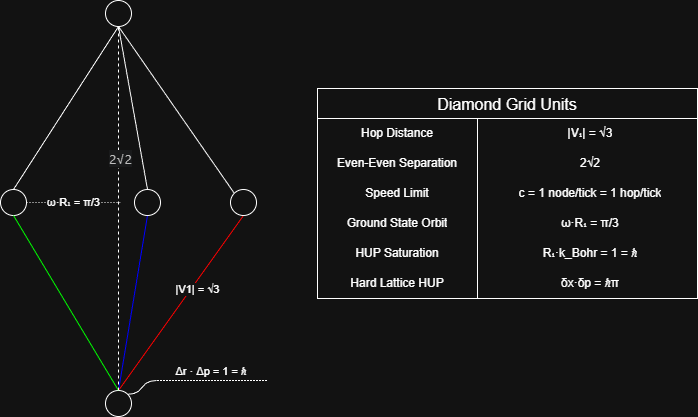
Above: figures/Diamond_Grid_Units_drawio.png in JackDMenendez/discrete-causal-lattice (draw.io), before the change. Source tidied: cells renumbered, new cells last; positions are measured from the earlier drawing's top-left corner, leaving out a move shared by most shapes.
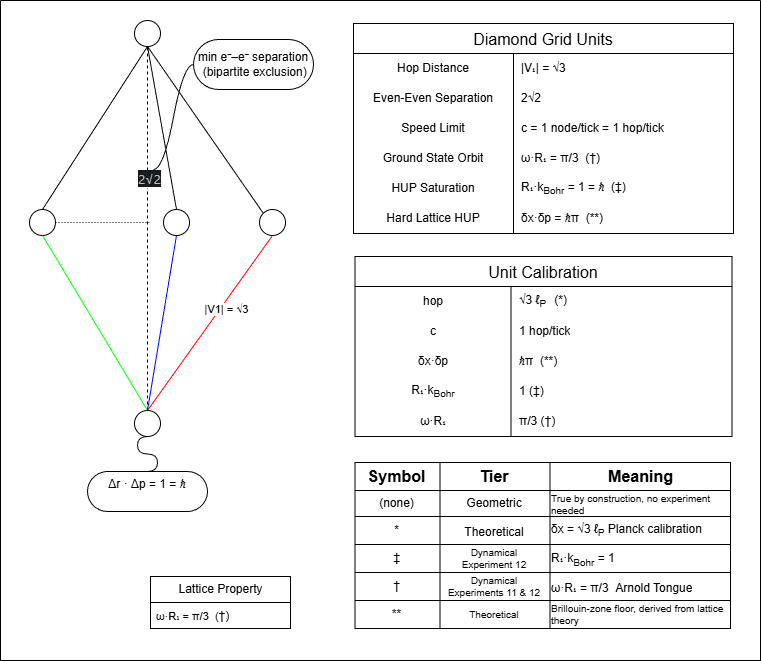
Above is the later version.

Diff of the diagram source:
```diff
@@ -38,19 +38,13 @@
     <mxCell id="13" value="&lt;span style=&quot;color: rgb(191, 191, 191); font-family: -apple-system, BlinkMacSystemFont, &amp;quot;Segoe UI&amp;quot;, Roboto, sans-serif; font-size: 13px; text-align: start; text-wrap-mode: wrap; background-color: rgb(25, 26, 27);&quot;&gt;2√2&lt;/span&gt;" style="endArrow=none;html=1;rounded=0;exitX=0.5;exitY=0;exitDx=0;exitDy=0;dashed=1;startSize=6;endSize=6;align=center;" parent="1" edge="1" source="10" target="9">
       <mxGeometry x="0.27" y="-2" relative="1" as="geometry" />
     </mxCell>
-    <mxCell id="14" value="&lt;span style=&quot;font-size: 11px; text-wrap-mode: nowrap; background-color: rgb(18, 18, 18);&quot;&gt;Δr · Δp = 1 = ℏ&lt;/span&gt;" style="whiteSpace=wrap;html=1;shape=partialRectangle;top=0;left=0;bottom=1;right=0;points=[[0,1],[1,1]];fillColor=none;align=center;verticalAlign=bottom;routingCenterY=0.5;snapToPoint=1;newEdgeStyle={&quot;edgeStyle&quot;:&quot;entityRelationEdgeStyle&quot;,&quot;startArrow&quot;:&quot;none&quot;,&quot;endArrow&quot;:&quot;none&quot;,&quot;segment&quot;:10,&quot;curved&quot;:1,&quot;sourcePerimeterSpacing&quot;:0,&quot;targetPerimeterSpacing&quot;:0};dashed=1;dashPattern=1 2;" parent="1" vertex="1">
-      <mxGeometry x="156" y="350" width="110" height="30" as="geometry" />
-    </mxCell>
-    <mxCell id="15" style="edgeStyle=entityRelationEdgeStyle;startArrow=none;endArrow=none;segment=10;curved=1;sourcePerimeterSpacing=0;targetPerimeterSpacing=0;rounded=0;exitX=1;exitY=0;exitDx=0;exitDy=0;" parent="1" edge="1" source="10" target="14">
-      <mxGeometry relative="1" as="geometry" />
-    </mxCell>
-    <mxCell id="16" value="ω·R₁ = π/3" style="endArrow=none;html=1;rounded=0;exitX=1;exitY=0.5;exitDx=0;exitDy=0;dashed=1;dashPattern=1 2;" parent="1" edge="1" source="2">
+    <mxCell id="16" style="endArrow=none;html=1;rounded=0;exitX=1;exitY=0.5;exitDx=0;exitDy=0;dashed=1;dashPattern=1 2;" parent="1" edge="1" source="2">
       <mxGeometry relative="1" as="geometry">
         <mxPoint x="120" y="202" as="targetPoint" />
       </mxGeometry>
     </mxCell>
     <mxCell id="17" value="Diamond Grid Units" style="shape=table;startSize=30;rowLines=0;fontStyle=0;strokeColor=default;fontSize=16;" parent="1" vertex="1">
-      <mxGeometry x="317" y="88" width="380" height="210" as="geometry" />
+      <mxGeometry x="324" y="3" width="380" height="210" as="geometry" />
     </mxCell>
     <mxCell id="18" style="shape=tableRow;horizontal=0;startSize=0;swimlaneHead=0;swimlaneBody=0;top=0;left=0;bottom=0;right=0;fillColor=none;strokeColor=inherit;fontSize=16;" parent="17" vertex="1">
       <mxGeometry y="30" width="380" height="30" as="geometry" />
@@ -58,7 +52,7 @@
     <mxCell id="19" value="Hop Distance" style="shape=partialRectangle;html=1;whiteSpace=wrap;fillColor=none;top=0;left=0;bottom=0;right=0;overflow=hidden;strokeColor=inherit;fontSize=12;align=center;" parent="18" vertex="1">
       <mxGeometry width="160" height="30" as="geometry" />
     </mxCell>
-    <mxCell id="20" value="|V₁| = √3" style="shape=partialRectangle;html=1;whiteSpace=wrap;fillColor=none;top=0;left=0;bottom=0;right=0;align=center;spacingLeft=6;overflow=hidden;strokeColor=inherit;fontSize=12;" parent="18" vertex="1">
+    <mxCell id="20" value="|V₁| = √3" style="shape=partialRectangle;html=1;whiteSpace=wrap;fillColor=none;top=0;left=0;bottom=0;right=0;align=left;spacingLeft=6;overflow=hidden;strokeColor=inherit;fontSize=12;" parent="18" vertex="1">
       <mxGeometry x="160" width="220" height="30" as="geometry" />
     </mxCell>
     <mxCell id="21" style="shape=tableRow;horizontal=0;startSize=0;swimlaneHead=0;swimlaneBody=0;top=0;left=0;bottom=0;right=0;fillColor=none;strokeColor=inherit;fontSize=16;" parent="17" vertex="1">
@@ -67,7 +61,7 @@
     <mxCell id="22" value="Even-Even Separation" style="shape=partialRectangle;html=1;whiteSpace=wrap;fillColor=none;top=0;left=0;bottom=0;right=0;overflow=hidden;strokeColor=inherit;fontSize=12;align=center;" parent="21" vertex="1">
       <mxGeometry width="160" height="30" as="geometry" />
     </mxCell>
-    <mxCell id="23" value="2√2" style="shape=partialRectangle;html=1;whiteSpace=wrap;fillColor=none;top=0;left=0;bottom=0;right=0;align=center;spacingLeft=6;overflow=hidden;strokeColor=inherit;" parent="21" vertex="1">
+    <mxCell id="23" value="2√2" style="shape=partialRectangle;html=1;whiteSpace=wrap;fillColor=none;top=0;left=0;bottom=0;right=0;align=left;spacingLeft=6;overflow=hidden;strokeColor=inherit;" parent="21" vertex="1">
       <mxGeometry x="160" width="220" height="30" as="geometry" />
     </mxCell>
     <mxCell id="24" style="shape=tableRow;horizontal=0;startSize=0;swimlaneHead=0;swimlaneBody=0;top=0;left=0;bottom=0;right=0;fillColor=none;strokeColor=inherit;fontSize=16;" parent="17" vertex="1">
@@ -76,7 +70,7 @@
     <mxCell id="25" value="Speed Limit" style="shape=partialRectangle;html=1;whiteSpace=wrap;fillColor=none;top=0;left=0;bottom=0;right=0;overflow=hidden;strokeColor=inherit;fontSize=12;align=center;" parent="24" vertex="1">
       <mxGeometry width="160" height="30" as="geometry" />
     </mxCell>
-    <mxCell id="26" value="c = 1 node/tick = 1 hop/tick" style="shape=partialRectangle;html=1;whiteSpace=wrap;fillColor=none;top=0;left=0;bottom=0;right=0;align=center;spacingLeft=6;overflow=hidden;strokeColor=inherit;" parent="24" vertex="1">
+    <mxCell id="26" value="c = 1 node/tick = 1 hop/tick" style="shape=partialRectangle;html=1;whiteSpace=wrap;fillColor=none;top=0;left=0;bottom=0;right=0;align=left;spacingLeft=6;overflow=hidden;strokeColor=inherit;" parent="24" vertex="1">
       <mxGeometry x="160" width="220" height="30" as="geometry" />
     </mxCell>
     <mxCell id="27" style="shape=tableRow;horizontal=0;startSize=0;swimlaneHead=0;swimlaneBody=0;top=0;left=0;bottom=0;right=0;fillColor=none;strokeColor=inherit;fontSize=16;" parent="17" vertex="1">
@@ -85,7 +79,7 @@
     <mxCell id="28" value="Ground State Orbit" style="shape=partialRectangle;html=1;whiteSpace=wrap;fillColor=none;top=0;left=0;bottom=0;right=0;overflow=hidden;strokeColor=inherit;fontSize=12;align=center;" parent="27" vertex="1">
       <mxGeometry width="160" height="30" as="geometry" />
     </mxCell>
-    <mxCell id="29" value="ω·R₁ = π/3" style="shape=partialRectangle;html=1;whiteSpace=wrap;fillColor=none;top=0;left=0;bottom=0;right=0;align=center;spacingLeft=6;overflow=hidden;strokeColor=inherit;" parent="27" vertex="1">
+    <mxCell id="29" value="ω·R₁ = π/3&amp;nbsp; (&lt;span style=&quot;background-color: transparent;&quot;&gt;†)&lt;/span&gt;" style="shape=partialRectangle;html=1;whiteSpace=wrap;fillColor=none;top=0;left=0;bottom=0;right=0;align=left;spacingLeft=6;overflow=hidden;strokeColor=inherit;" parent="27" vertex="1">
       <mxGeometry x="160" width="220" height="30" as="geometry" />
     </mxCell>
     <mxCell id="30" style="shape=tableRow;horizontal=0;startSize=0;swimlaneHead=0;swimlaneBody=0;top=0;left=0;bottom=0;right=0;fillColor=none;strokeColor=inherit;fontSize=16;" parent="17" vertex="1">
@@ -94,7 +88,7 @@
     <mxCell id="31" value="HUP Saturation" style="shape=partialRectangle;html=1;whiteSpace=wrap;fillColor=none;top=0;left=0;bottom=0;right=0;overflow=hidden;strokeColor=inherit;fontSize=12;align=center;" parent="30" vertex="1">
       <mxGeometry width="160" height="30" as="geometry" />
     </mxCell>
-    <mxCell id="32" value="R₁·k_Bohr = 1 = ℏ" style="shape=partialRectangle;html=1;whiteSpace=wrap;fillColor=none;top=0;left=0;bottom=0;right=0;align=center;spacingLeft=6;overflow=hidden;strokeColor=inherit;" parent="30" vertex="1">
+    <mxCell id="32" value="R₁·k&lt;sub&gt;Bohr&lt;/sub&gt; = 1 = ℏ&amp;nbsp; (‡)" style="shape=partialRectangle;html=1;whiteSpace=wrap;fillColor=none;top=0;left=0;bottom=0;right=0;align=left;spacingLeft=6;overflow=hidden;strokeColor=inherit;" parent="30" vertex="1">
       <mxGeometry x="160" width="220" height="30" as="geometry" />
     </mxCell>
     <mxCell id="33" style="shape=tableRow;horizontal=0;startSize=0;swimlaneHead=0;swimlaneBody=0;top=0;left=0;bottom=0;right=0;fillColor=none;strokeColor=inherit;fontSize=16;" parent="17" vertex="1">
@@ -103,8 +97,154 @@
     <mxCell id="34" value="Hard Lattice HUP" style="shape=partialRectangle;html=1;whiteSpace=wrap;fillColor=none;top=0;left=0;bottom=0;right=0;overflow=hidden;strokeColor=inherit;fontSize=12;align=center;" parent="33" vertex="1">
       <mxGeometry width="160" height="30" as="geometry" />
     </mxCell>
-    <mxCell id="35" value="δx·δp = ℏπ" style="shape=partialRectangle;html=1;whiteSpace=wrap;fillColor=none;top=0;left=0;bottom=0;right=0;align=center;spacingLeft=6;overflow=hidden;strokeColor=inherit;" parent="33" vertex="1">
+    <mxCell id="35" value="δx·δp = ℏπ&amp;nbsp; (&lt;span style=&quot;text-align: center;&quot;&gt;**)&lt;/span&gt;" style="shape=partialRectangle;html=1;whiteSpace=wrap;fillColor=none;top=0;left=0;bottom=0;right=0;align=left;spacingLeft=6;overflow=hidden;strokeColor=inherit;" parent="33" vertex="1">
       <mxGeometry x="160" width="220" height="30" as="geometry" />
     </mxCell>
+    <mxCell id="14" value="Δr · Δp = 1 = ℏ&lt;div&gt;&lt;br&gt;&lt;/div&gt;" style="whiteSpace=wrap;html=1;rounded=1;arcSize=50;align=center;verticalAlign=middle;strokeWidth=1;spacing=4;newEdgeStyle={&quot;edgeStyle&quot;:&quot;entityRelationEdgeStyle&quot;,&quot;startArrow&quot;:&quot;none&quot;,&quot;endArrow&quot;:&quot;none&quot;,&quot;segment&quot;:10,&quot;curved&quot;:1,&quot;sourcePerimeterSpacing&quot;:0,&quot;targetPerimeterSpacing&quot;:0};direction=west;" parent="1" vertex="1">
+      <mxGeometry x="58" y="451" width="120" height="40" as="geometry" />
+    </mxCell>
+    <mxCell id="15" style="edgeStyle=entityRelationEdgeStyle;startArrow=none;endArrow=none;segment=10;curved=1;sourcePerimeterSpacing=0;targetPerimeterSpacing=0;rounded=0;entryX=0.5;entryY=1;entryDx=0;entryDy=0;exitX=0.5;exitY=1;exitDx=0;exitDy=0;" parent="1" edge="1" source="10" target="14">
+      <mxGeometry relative="1" as="geometry" />
+    </mxCell>
+    <mxCell id="36" value="min e⁻–e⁻ separation&lt;div&gt;&amp;nbsp;(bipartite exclusion)&lt;/div&gt;" style="whiteSpace=wrap;html=1;rounded=1;arcSize=50;align=center;verticalAlign=middle;strokeWidth=1;spacing=4;newEdgeStyle={&quot;edgeStyle&quot;:&quot;entityRelationEdgeStyle&quot;,&quot;startArrow&quot;:&quot;none&quot;,&quot;endArrow&quot;:&quot;none&quot;,&quot;segment&quot;:10,&quot;curved&quot;:1,&quot;sourcePerimeterSpacing&quot;:0,&quot;targetPerimeterSpacing&quot;:0};" parent="1" vertex="1">
+      <mxGeometry x="164" y="19" width="120" height="50" as="geometry" />
+    </mxCell>
+    <mxCell id="37" style="edgeStyle=entityRelationEdgeStyle;startArrow=none;endArrow=none;segment=10;curved=1;sourcePerimeterSpacing=0;targetPerimeterSpacing=0;rounded=0;" parent="1" edge="1" target="36">
+      <mxGeometry relative="1" as="geometry">
+        <mxPoint x="124" y="149" as="sourcePoint" />
+      </mxGeometry>
+    </mxCell>
+    <mxCell id="38" value="Unit Calibration" style="shape=table;startSize=30;rowLines=0;fontStyle=0;strokeColor=default;fontSize=16;" parent="1" vertex="1">
+      <mxGeometry x="325.5" y="236" width="377" height="180" as="geometry" />
+    </mxCell>
+    <mxCell id="39" style="shape=tableRow;horizontal=0;startSize=0;swimlaneHead=0;swimlaneBody=0;top=0;left=0;bottom=0;right=0;fillColor=none;strokeColor=inherit;fontSize=16;" parent="38" vertex="1">
+      <mxGeometry y="30" width="377" height="30" as="geometry" />
+    </mxCell>
+    <mxCell id="40" value="hop" style="shape=partialRectangle;html=1;whiteSpace=wrap;fillColor=none;top=0;left=0;bottom=0;right=0;overflow=hidden;strokeColor=inherit;fontSize=12;" parent="39" vertex="1">
+      <mxGeometry width="156" height="30" as="geometry" />
+    </mxCell>
+    <mxCell id="41" value="√3 ℓ&lt;sub&gt;P&amp;nbsp; &amp;nbsp;&lt;/sub&gt;&lt;span style=&quot;text-align: center;&quot;&gt;(*)&lt;/span&gt;" style="shape=partialRectangle;html=1;whiteSpace=wrap;fillColor=none;top=0;left=0;bottom=0;right=0;align=left;spacingLeft=6;overflow=hidden;strokeColor=inherit;" parent="39" vertex="1">
+      <mxGeometry x="156" width="221" height="30" as="geometry" />
+    </mxCell>
+    <mxCell id="42" style="shape=tableRow;horizontal=0;startSize=0;swimlaneHead=0;swimlaneBody=0;top=0;left=0;bottom=0;right=0;fillColor=none;strokeColor=inherit;fontSize=16;" parent="38" vertex="1">
+      <mxGeometry y="60" width="377" height="30" as="geometry" />
+    </mxCell>
+    <mxCell id="43" value="c" style="shape=partialRectangle;html=1;whiteSpace=wrap;fillColor=none;top=0;left=0;bottom=0;right=0;overflow=hidden;strokeColor=inherit;fontSize=12;" parent="42" vertex="1">
+      <mxGeometry width="156" height="30" as="geometry" />
+    </mxCell>
+    <mxCell id="44" value="1 hop/tick" style="shape=partialRectangle;html=1;whiteSpace=wrap;fillColor=none;top=0;left=0;bottom=0;right=0;align=left;spacingLeft=6;overflow=hidden;strokeColor=inherit;fontSize=12;" parent="42" vertex="1">
+      <mxGeometry x="156" width="221" height="30" as="geometry" />
+    </mxCell>
+    <mxCell id="45" style="shape=tableRow;horizontal=0;startSize=0;swimlaneHead=0;swimlaneBody=0;top=0;left=0;bottom=0;right=0;fillColor=none;strokeColor=inherit;fontSize=16;" parent="38" vertex="1">
+      <mxGeometry y="90" width="377" height="30" as="geometry" />
+    </mxCell>
+    <mxCell id="46" value="δx·δp" style="shape=partialRectangle;html=1;whiteSpace=wrap;fillColor=none;top=0;left=0;bottom=0;right=0;overflow=hidden;strokeColor=inherit;" parent="45" vertex="1">
+      <mxGeometry width="156" height="30" as="geometry" />
+    </mxCell>
+    <mxCell id="47" value="ℏπ&amp;nbsp; (**)" style="shape=partialRectangle;html=1;whiteSpace=wrap;fillColor=none;top=0;left=0;bottom=0;right=0;align=left;spacingLeft=6;overflow=hidden;strokeColor=inherit;" parent="45" vertex="1">
+      <mxGeometry x="156" width="221" height="30" as="geometry" />
+    </mxCell>
+    <mxCell id="48" style="shape=tableRow;horizontal=0;startSize=0;swimlaneHead=0;swimlaneBody=0;top=0;left=0;bottom=0;right=0;fillColor=none;strokeColor=inherit;fontSize=16;" parent="38" vertex="1">
+      <mxGeometry y="120" width="377" height="30" as="geometry" />
+    </mxCell>
+    <mxCell id="49" value="R₁·k&lt;sub&gt;Bohr&lt;/sub&gt;" style="shape=partialRectangle;html=1;whiteSpace=wrap;fillColor=none;top=0;left=0;bottom=0;right=0;overflow=hidden;strokeColor=inherit;" parent="48" vertex="1">
+      <mxGeometry width="156" height="30" as="geometry" />
+    </mxCell>
+    <mxCell id="50" value="1 (‡)" style="shape=partialRectangle;html=1;whiteSpace=wrap;fillColor=none;top=0;left=0;bottom=0;right=0;align=left;spacingLeft=6;overflow=hidden;strokeColor=inherit;" parent="48" vertex="1">
+      <mxGeometry x="156" width="221" height="30" as="geometry" />
+    </mxCell>
+    <mxCell id="51" style="shape=tableRow;horizontal=0;startSize=0;swimlaneHead=0;swimlaneBody=0;top=0;left=0;bottom=0;right=0;fillColor=none;strokeColor=inherit;fontSize=16;" parent="38" vertex="1">
+      <mxGeometry y="150" width="377" height="30" as="geometry" />
+    </mxCell>
+    <mxCell id="52" value="ω·R₁" style="shape=partialRectangle;html=1;whiteSpace=wrap;fillColor=none;top=0;left=0;bottom=0;right=0;overflow=hidden;strokeColor=inherit;" parent="51" vertex="1">
+      <mxGeometry width="156" height="30" as="geometry" />
+    </mxCell>
+    <mxCell id="53" value="π/3 (†)" style="shape=partialRectangle;html=1;whiteSpace=wrap;fillColor=none;top=0;left=0;bottom=0;right=0;align=left;spacingLeft=6;overflow=hidden;strokeColor=inherit;" parent="51" vertex="1">
+      <mxGeometry x="156" width="221" height="30" as="geometry" />
+    </mxCell>
+    <mxCell id="54" style="shape=table;startSize=0;fontSize=16;" parent="1" vertex="1">
+      <mxGeometry x="325.5" y="442" width="375.5" height="166" as="geometry" />
+    </mxCell>
+    <mxCell id="55" style="shape=tableRow;horizontal=0;startSize=0;swimlaneHead=0;swimlaneBody=0;strokeColor=inherit;top=0;left=0;bottom=0;right=0;fillColor=none;fontSize=16;" parent="54" vertex="1">
+      <mxGeometry width="375.5" height="28" as="geometry" />
+    </mxCell>
+    <mxCell id="56" value="Symbol" style="shape=partialRectangle;html=1;whiteSpace=wrap;strokeColor=inherit;overflow=hidden;fillColor=none;top=0;left=0;bottom=0;right=0;fontSize=16;fontStyle=1;" parent="55" vertex="1">
+      <mxGeometry width="85" height="28" as="geometry" />
+    </mxCell>
+    <mxCell id="57" value="Tier" style="shape=partialRectangle;html=1;whiteSpace=wrap;strokeColor=inherit;overflow=hidden;fillColor=none;top=0;left=0;bottom=0;right=0;fontSize=16;fontStyle=1;" parent="55" vertex="1">
+      <mxGeometry x="85" width="110" height="28" as="geometry" />
+    </mxCell>
+    <mxCell id="58" value="Meaning" style="shape=partialRectangle;html=1;whiteSpace=wrap;strokeColor=inherit;overflow=hidden;fillColor=none;top=0;left=0;bottom=0;right=0;fontSize=16;fontStyle=1;" parent="55" vertex="1">
+      <mxGeometry x="195" width="181" height="28" as="geometry" />
+    </mxCell>
+    <mxCell id="59" style="shape=tableRow;horizontal=0;startSize=0;swimlaneHead=0;swimlaneBody=0;strokeColor=inherit;top=0;left=0;bottom=0;right=0;fillColor=none;fontSize=16;" parent="54" vertex="1">
+      <mxGeometry y="28" width="375.5" height="26" as="geometry" />
+    </mxCell>
+    <mxCell id="60" value="(none)" style="shape=partialRectangle;html=1;whiteSpace=wrap;strokeColor=inherit;overflow=hidden;fillColor=none;top=0;left=0;bottom=0;right=0;fontSize=12;" parent="59" vertex="1">
+      <mxGeometry width="85" height="26" as="geometry" />
+    </mxCell>
+    <mxCell id="61" value="Geometric" style="shape=partialRectangle;html=1;whiteSpace=wrap;strokeColor=inherit;overflow=hidden;fillColor=none;top=0;left=0;bottom=0;right=0;fontSize=12;" parent="59" vertex="1">
+      <mxGeometry x="85" width="110" height="26" as="geometry" />
+    </mxCell>
+    <mxCell id="62" value="True by construction, no experiment&lt;div&gt;needed&lt;/div&gt;" style="shape=partialRectangle;html=1;whiteSpace=wrap;strokeColor=inherit;overflow=hidden;fillColor=none;top=0;left=0;bottom=0;right=0;fontSize=10;align=left;" parent="59" vertex="1">
+      <mxGeometry x="195" width="181" height="26" as="geometry" />
+    </mxCell>
+    <mxCell id="63" style="shape=tableRow;horizontal=0;startSize=0;swimlaneHead=0;swimlaneBody=0;strokeColor=inherit;top=0;left=0;bottom=0;right=0;fillColor=none;fontSize=16;" parent="54" vertex="1">
+      <mxGeometry y="54" width="375.5" height="28" as="geometry" />
+    </mxCell>
+    <mxCell id="64" value="*" style="shape=partialRectangle;html=1;whiteSpace=wrap;strokeColor=inherit;overflow=hidden;fillColor=none;top=0;left=0;bottom=0;right=0;" parent="63" vertex="1">
+      <mxGeometry width="85" height="28" as="geometry" />
+    </mxCell>
+    <mxCell id="65" value="&lt;font style=&quot;font-size: 12px;&quot;&gt;Theoretical&lt;/font&gt;" style="shape=partialRectangle;html=1;whiteSpace=wrap;strokeColor=inherit;overflow=hidden;fillColor=none;top=0;left=0;bottom=0;right=0;fontSize=16;" parent="63" vertex="1">
+      <mxGeometry x="85" width="110" height="28" as="geometry" />
+    </mxCell>
+    <mxCell id="66" value="δx = √3 ℓ&lt;sub&gt;P&lt;/sub&gt; Planck calibration" style="shape=partialRectangle;html=1;whiteSpace=wrap;strokeColor=inherit;overflow=hidden;fillColor=none;top=0;left=0;bottom=0;right=0;align=left;" parent="63" vertex="1">
+      <mxGeometry x="195" width="181" height="28" as="geometry" />
+    </mxCell>
+    <mxCell id="67" style="shape=tableRow;horizontal=0;startSize=0;swimlaneHead=0;swimlaneBody=0;strokeColor=inherit;top=0;left=0;bottom=0;right=0;fillColor=none;fontSize=16;" parent="54" vertex="1">
+      <mxGeometry y="82" width="375.5" height="28" as="geometry" />
+    </mxCell>
+    <mxCell id="68" value="‡" style="shape=partialRectangle;html=1;whiteSpace=wrap;strokeColor=inherit;overflow=hidden;fillColor=none;top=0;left=0;bottom=0;right=0;" parent="67" vertex="1">
+      <mxGeometry width="85" height="28" as="geometry" />
+    </mxCell>
+    <mxCell id="69" value="Dynamical&lt;div&gt;Experiment 12&lt;/div&gt;" style="shape=partialRectangle;html=1;whiteSpace=wrap;strokeColor=inherit;overflow=hidden;fillColor=none;top=0;left=0;bottom=0;right=0;fontSize=10;" parent="67" vertex="1">
+      <mxGeometry x="85" width="110" height="28" as="geometry" />
+    </mxCell>
+    <mxCell id="70" value="&lt;span style=&quot;font-size: 12px;&quot;&gt;R₁·k&lt;/span&gt;&lt;sub style=&quot;&quot;&gt;&lt;font style=&quot;font-size: 10px;&quot;&gt;Bohr&lt;/font&gt;&lt;/sub&gt;&lt;span style=&quot;font-size: 12px;&quot;&gt;&amp;nbsp;= 1&lt;/span&gt;" style="shape=partialRectangle;html=1;whiteSpace=wrap;strokeColor=inherit;overflow=hidden;fillColor=none;top=0;left=0;bottom=0;right=0;fontSize=16;align=left;" parent="67" vertex="1">
+      <mxGeometry x="195" width="181" height="28" as="geometry" />
+    </mxCell>
+    <mxCell id="71" style="shape=tableRow;horizontal=0;startSize=0;swimlaneHead=0;swimlaneBody=0;strokeColor=inherit;top=0;left=0;bottom=0;right=0;fillColor=none;fontSize=16;" parent="54" vertex="1">
+      <mxGeometry y="110" width="375.5" height="28" as="geometry" />
+    </mxCell>
+    <mxCell id="72" value="†" style="shape=partialRectangle;html=1;whiteSpace=wrap;strokeColor=inherit;overflow=hidden;fillColor=none;top=0;left=0;bottom=0;right=0;" parent="71" vertex="1">
+      <mxGeometry width="85" height="28" as="geometry" />
+    </mxCell>
+    <mxCell id="73" value="Dynamical&lt;div&gt;Experiments 11 &amp;amp; 12&lt;/div&gt;" style="shape=partialRectangle;html=1;whiteSpace=wrap;strokeColor=inherit;overflow=hidden;fillColor=none;top=0;left=0;bottom=0;right=0;fontSize=10;" parent="71" vertex="1">
+      <mxGeometry x="85" width="110" height="28" as="geometry" />
+    </mxCell>
+    <mxCell id="74" value="&lt;span style=&quot;font-size: 12px;&quot;&gt;ω·R₁ = π/3&amp;nbsp; Arnold Tongue&lt;/span&gt;" style="shape=partialRectangle;html=1;whiteSpace=wrap;strokeColor=inherit;overflow=hidden;fillColor=none;top=0;left=0;bottom=0;right=0;fontSize=16;align=left;" parent="71" vertex="1">
+      <mxGeometry x="195" width="181" height="28" as="geometry" />
+    </mxCell>
+    <mxCell id="75" style="shape=tableRow;horizontal=0;startSize=0;swimlaneHead=0;swimlaneBody=0;strokeColor=inherit;top=0;left=0;bottom=0;right=0;fillColor=none;fontSize=16;" parent="54" vertex="1">
+      <mxGeometry y="138" width="375.5" height="28" as="geometry" />
+    </mxCell>
+    <mxCell id="76" value="**" style="shape=partialRectangle;html=1;whiteSpace=wrap;strokeColor=inherit;overflow=hidden;fillColor=none;top=0;left=0;bottom=0;right=0;" parent="75" vertex="1">
+      <mxGeometry width="85" height="28" as="geometry" />
+    </mxCell>
+    <mxCell id="77" value="Theoretical" style="shape=partialRectangle;html=1;whiteSpace=wrap;strokeColor=inherit;overflow=hidden;fillColor=none;top=0;left=0;bottom=0;right=0;fontSize=10;" parent="75" vertex="1">
+      <mxGeometry x="85" width="110" height="28" as="geometry" />
+    </mxCell>
+    <mxCell id="78" value="Brillouin-zone floor, derived from lattice theory" style="shape=partialRectangle;html=1;whiteSpace=wrap;strokeColor=inherit;overflow=hidden;fillColor=none;top=0;left=0;bottom=0;right=0;align=left;fontSize=10;" parent="75" vertex="1">
+      <mxGeometry x="195" width="181" height="28" as="geometry" />
+    </mxCell>
+    <mxCell id="79" value="Lattice Property" style="swimlane;fontStyle=0;horizontal=1;startSize=26;fillColor=none;html=1;" parent="1" vertex="1">
+      <mxGeometry x="121" y="556" width="140" height="52" as="geometry" />
+    </mxCell>
+    <mxCell id="80" value="&lt;span style=&quot;font-family: Arial, Helvetica; font-size: 11px;&quot;&gt;ω·R₁ = π/3&amp;nbsp; (&lt;/span&gt;&lt;span style=&quot;text-align: center;&quot;&gt;†)&lt;/span&gt;" style="text;strokeColor=none;fillColor=none;align=left;verticalAlign=top;spacingLeft=4;spacingRight=4;overflow=hidden;whiteSpace=wrap;html=1;" parent="79" vertex="1">
+      <mxGeometry y="26" width="140" height="26" as="geometry" />
+    </mxCell>
+    <mxCell id="81" style="swimlane;startSize=0;" parent="1" vertex="1">
+      <mxGeometry x="-29" y="-20" width="760" height="660" as="geometry" />
+    </mxCell>
   </root>
 </mxGraphModel>
```
